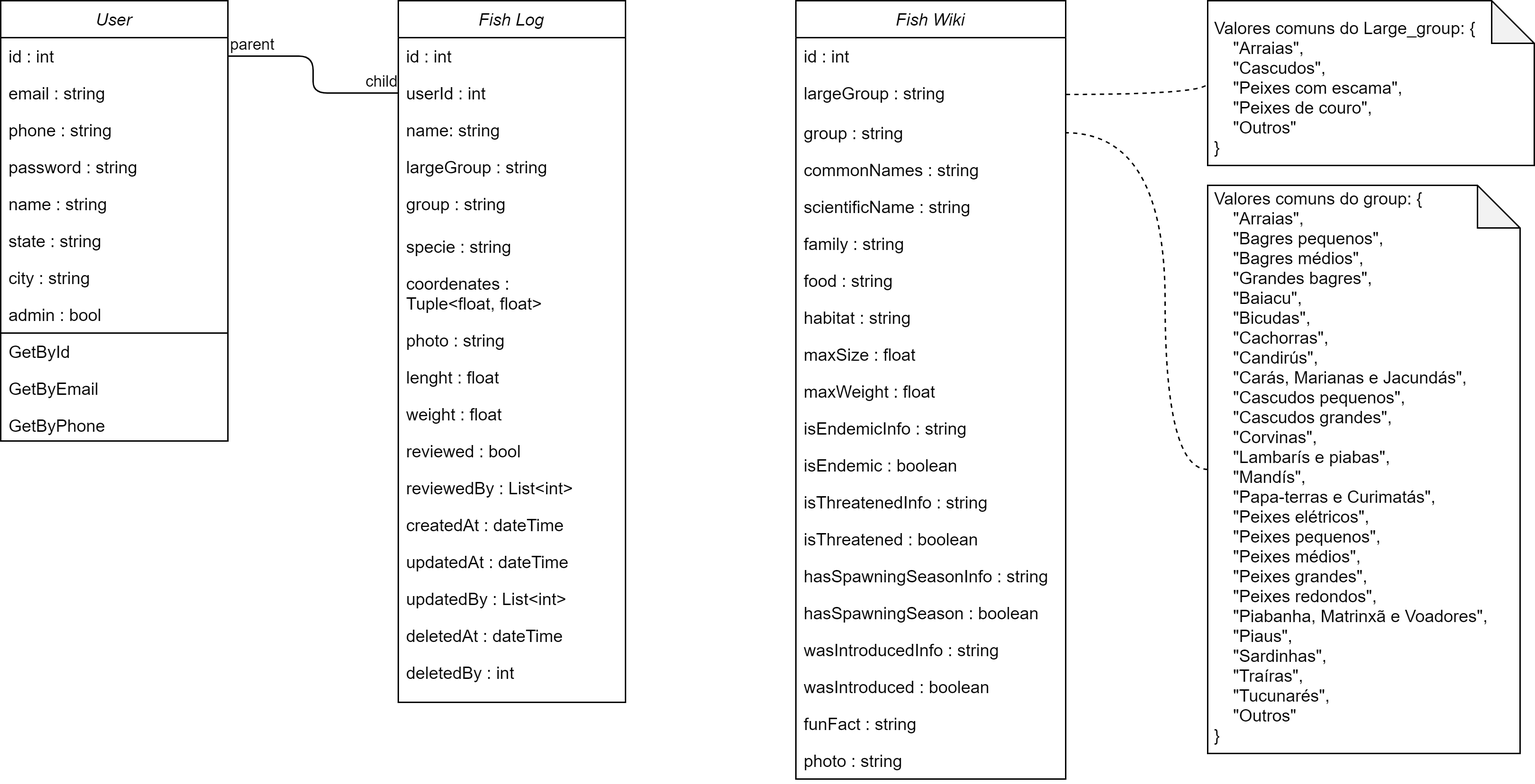
Before: docs/Assets/Images/ArchitectureDocument/ClassDiagram.png, a diagram exported from draw.io (fga-eps-mds/2021.1-Pro-Especies-Docs). Source tidied: cells renumbered, new cells last; positions are measured from the earlier drawing's top-left corner, leaving out a move shared by most shapes.
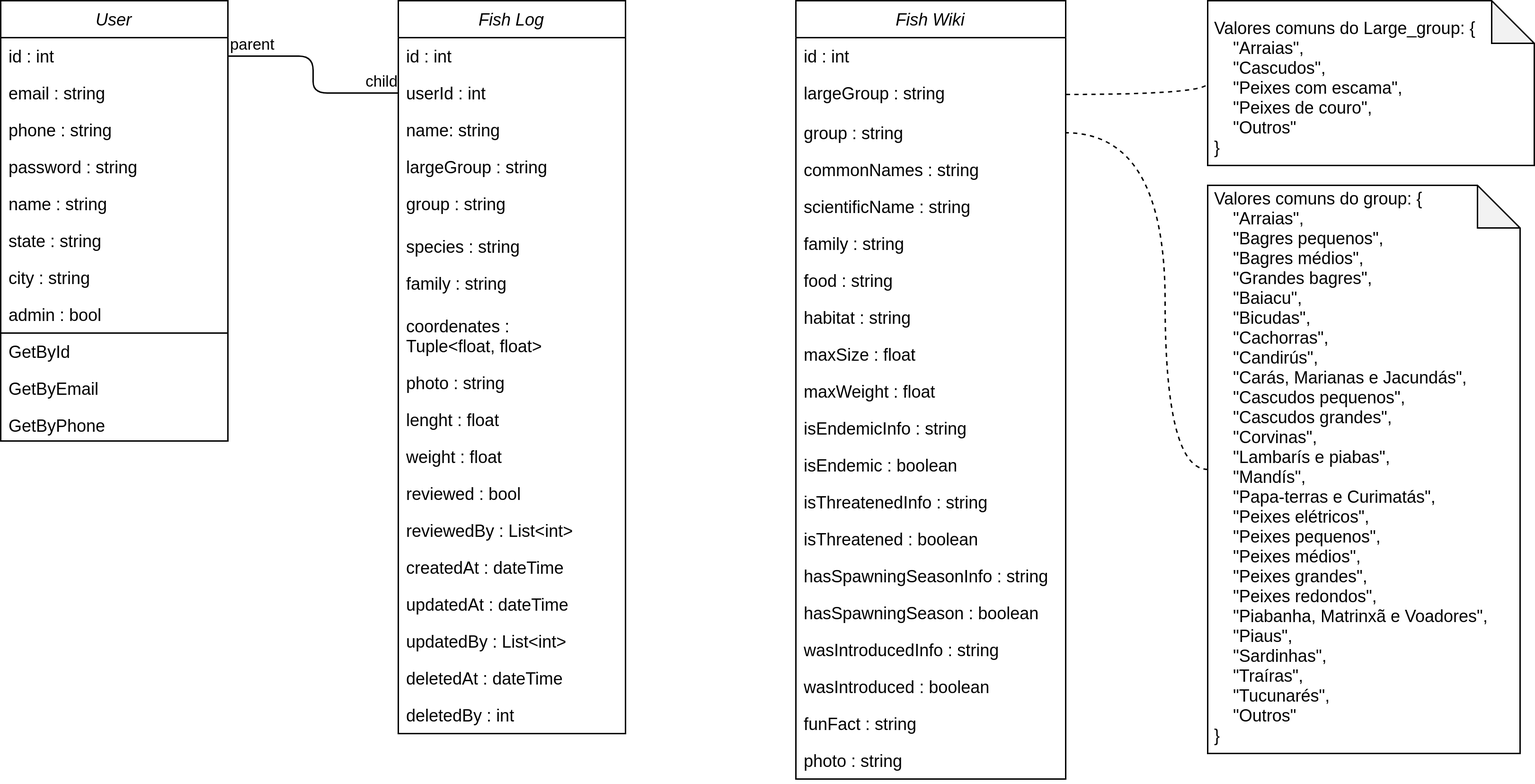
The same file after the commit.

Change to the diagram source:
```diff
@@ -42,7 +42,7 @@
       <mxGeometry y="230" width="160" height="8" as="geometry" />
     </mxCell>
     <mxCell id="15" value="Fish Log" style="swimlane;fontStyle=2;align=center;verticalAlign=top;horizontal=1;startSize=26;rounded=0;shadow=0;strokeWidth=1;" parent="1" vertex="1">
-      <mxGeometry x="280" width="160" height="494" as="geometry" />
+      <mxGeometry x="280" width="160" height="516" as="geometry" />
     </mxCell>
     <mxCell id="16" value="id : int" style="text;align=left;verticalAlign=top;spacingLeft=4;spacingRight=4;overflow=hidden;" parent="15" vertex="1">
       <mxGeometry y="26" width="160" height="26" as="geometry" />
@@ -59,41 +59,44 @@
     <mxCell id="20" value="group : string" style="text;align=left;verticalAlign=top;spacingLeft=4;spacingRight=4;overflow=hidden;rounded=0;shadow=0;html=0;fontColor=default;" parent="15" vertex="1">
       <mxGeometry y="130" width="160" height="30" as="geometry" />
     </mxCell>
-    <mxCell id="21" value="specie : string" style="text;align=left;verticalAlign=top;spacingLeft=4;spacingRight=4;overflow=hidden;" parent="15" vertex="1">
+    <mxCell id="21" value="species : string" style="text;align=left;verticalAlign=top;spacingLeft=4;spacingRight=4;overflow=hidden;" parent="15" vertex="1">
       <mxGeometry y="160" width="160" height="26" as="geometry" />
     </mxCell>
+    <mxCell id="61" value="family : string" style="text;align=left;verticalAlign=top;spacingLeft=4;spacingRight=4;overflow=hidden;rounded=0;shadow=0;html=0;fontColor=default;" parent="15" vertex="1">
+      <mxGeometry y="186" width="160" height="30" as="geometry" />
+    </mxCell>
     <mxCell id="22" value="coordenates : &#10;Tuple&lt;float, float&gt;" style="text;align=left;verticalAlign=top;spacingLeft=4;spacingRight=4;overflow=hidden;" parent="15" vertex="1">
-      <mxGeometry y="186" width="160" height="40" as="geometry" />
+      <mxGeometry y="216" width="160" height="40" as="geometry" />
     </mxCell>
     <mxCell id="23" value="photo : string" style="text;align=left;verticalAlign=top;spacingLeft=4;spacingRight=4;overflow=hidden;" parent="15" vertex="1">
-      <mxGeometry y="226" width="160" height="26" as="geometry" />
+      <mxGeometry y="256" width="160" height="26" as="geometry" />
     </mxCell>
     <mxCell id="24" value="lenght : float" style="text;align=left;verticalAlign=top;spacingLeft=4;spacingRight=4;overflow=hidden;" parent="15" vertex="1">
-      <mxGeometry y="252" width="160" height="26" as="geometry" />
+      <mxGeometry y="282" width="160" height="26" as="geometry" />
     </mxCell>
     <mxCell id="25" value="weight : float" style="text;align=left;verticalAlign=top;spacingLeft=4;spacingRight=4;overflow=hidden;" parent="15" vertex="1">
-      <mxGeometry y="278" width="160" height="26" as="geometry" />
+      <mxGeometry y="308" width="160" height="26" as="geometry" />
     </mxCell>
     <mxCell id="26" value="reviewed : bool" style="text;align=left;verticalAlign=top;spacingLeft=4;spacingRight=4;overflow=hidden;" parent="15" vertex="1">
-      <mxGeometry y="304" width="160" height="26" as="geometry" />
+      <mxGeometry y="334" width="160" height="26" as="geometry" />
     </mxCell>
     <mxCell id="27" value="reviewedBy : List&lt;int&gt;" style="text;align=left;verticalAlign=top;spacingLeft=4;spacingRight=4;overflow=hidden;" parent="15" vertex="1">
-      <mxGeometry y="330" width="160" height="26" as="geometry" />
+      <mxGeometry y="360" width="160" height="26" as="geometry" />
     </mxCell>
     <mxCell id="28" value="createdAt : dateTime" style="text;align=left;verticalAlign=top;spacingLeft=4;spacingRight=4;overflow=hidden;" parent="15" vertex="1">
-      <mxGeometry y="356" width="160" height="26" as="geometry" />
+      <mxGeometry y="386" width="160" height="26" as="geometry" />
     </mxCell>
     <mxCell id="29" value="updatedAt : dateTime" style="text;align=left;verticalAlign=top;spacingLeft=4;spacingRight=4;overflow=hidden;" parent="15" vertex="1">
-      <mxGeometry y="382" width="160" height="26" as="geometry" />
+      <mxGeometry y="412" width="160" height="26" as="geometry" />
     </mxCell>
     <mxCell id="30" value="updatedBy : List&lt;int&gt;" style="text;align=left;verticalAlign=top;spacingLeft=4;spacingRight=4;overflow=hidden;" parent="15" vertex="1">
-      <mxGeometry y="408" width="160" height="26" as="geometry" />
+      <mxGeometry y="438" width="160" height="26" as="geometry" />
     </mxCell>
     <mxCell id="31" value="deletedAt : dateTime" style="text;align=left;verticalAlign=top;spacingLeft=4;spacingRight=4;overflow=hidden;" parent="15" vertex="1">
-      <mxGeometry y="434" width="160" height="26" as="geometry" />
+      <mxGeometry y="464" width="160" height="26" as="geometry" />
     </mxCell>
     <mxCell id="32" value="deletedBy : int" style="text;align=left;verticalAlign=top;spacingLeft=4;spacingRight=4;overflow=hidden;" parent="15" vertex="1">
-      <mxGeometry y="460" width="160" height="26" as="geometry" />
+      <mxGeometry y="490" width="160" height="26" as="geometry" />
     </mxCell>
     <mxCell id="33" value="Valores comuns do group:&amp;nbsp;&lt;span&gt;{&lt;/span&gt;&lt;br style=&quot;padding: 0px ; margin: 0px&quot;&gt;&lt;span&gt;&amp;nbsp; &amp;nbsp; &quot;Arraias&quot;,&lt;/span&gt;&lt;br style=&quot;padding: 0px ; margin: 0px&quot;&gt;&lt;span&gt;&amp;nbsp; &amp;nbsp; &quot;Bagres pequenos&quot;,&lt;/span&gt;&lt;br style=&quot;padding: 0px ; margin: 0px&quot;&gt;&lt;span&gt;&amp;nbsp; &amp;nbsp; &quot;Bagres médios&quot;,&lt;/span&gt;&lt;br style=&quot;padding: 0px ; margin: 0px&quot;&gt;&lt;span&gt;&amp;nbsp; &amp;nbsp; &quot;Grandes bagres&quot;,&lt;/span&gt;&lt;br style=&quot;padding: 0px ; margin: 0px&quot;&gt;&lt;span&gt;&amp;nbsp; &amp;nbsp; &quot;Baiacu&quot;,&lt;/span&gt;&lt;br style=&quot;padding: 0px ; margin: 0px&quot;&gt;&lt;span&gt;&amp;nbsp; &amp;nbsp; &quot;Bicudas&quot;,&lt;/span&gt;&lt;br style=&quot;padding: 0px ; margin: 0px&quot;&gt;&lt;span&gt;&amp;nbsp; &amp;nbsp; &quot;Cachorras&quot;,&lt;/span&gt;&lt;br style=&quot;padding: 0px ; margin: 0px&quot;&gt;&lt;span&gt;&amp;nbsp; &amp;nbsp; &quot;Candirús&quot;,&lt;/span&gt;&lt;br style=&quot;padding: 0px ; margin: 0px&quot;&gt;&lt;span&gt;&amp;nbsp; &amp;nbsp; &quot;Carás, Marianas e Jacundás&quot;,&lt;/span&gt;&lt;br style=&quot;padding: 0px ; margin: 0px&quot;&gt;&lt;span&gt;&amp;nbsp; &amp;nbsp; &quot;Cascudos pequenos&quot;,&lt;/span&gt;&lt;br style=&quot;padding: 0px ; margin: 0px&quot;&gt;&lt;span&gt;&amp;nbsp; &amp;nbsp; &quot;Cascudos grandes&quot;,&lt;/span&gt;&lt;br style=&quot;padding: 0px ; margin: 0px&quot;&gt;&lt;span&gt;&amp;nbsp; &amp;nbsp; &quot;Corvinas&quot;,&lt;/span&gt;&lt;br style=&quot;padding: 0px ; margin: 0px&quot;&gt;&lt;span&gt;&amp;nbsp; &amp;nbsp; &quot;Lambarís e piabas&quot;,&lt;/span&gt;&lt;br style=&quot;padding: 0px ; margin: 0px&quot;&gt;&lt;span&gt;&amp;nbsp; &amp;nbsp; &quot;Mandís&quot;,&lt;/span&gt;&lt;br style=&quot;padding: 0px ; margin: 0px&quot;&gt;&lt;span&gt;&amp;nbsp; &amp;nbsp; &quot;Papa-terras e Curimatás&quot;,&lt;/span&gt;&lt;br style=&quot;padding: 0px ; margin: 0px&quot;&gt;&lt;span&gt;&amp;nbsp; &amp;nbsp; &quot;Peixes elétricos&quot;,&lt;/span&gt;&lt;br style=&quot;padding: 0px ; margin: 0px&quot;&gt;&lt;span&gt;&amp;nbsp; &amp;nbsp; &quot;Peixes pequenos&quot;,&lt;/span&gt;&lt;br style=&quot;padding: 0px ; margin: 0px&quot;&gt;&lt;span&gt;&amp;nbsp; &amp;nbsp; &quot;Peixes médios&quot;,&lt;/span&gt;&lt;br style=&quot;padding: 0px ; margin: 0px&quot;&gt;&lt;span&gt;&amp;nbsp; &amp;nbsp; &quot;Peixes grandes&quot;,&lt;/span&gt;&lt;br style=&quot;padding: 0px ; margin: 0px&quot;&gt;&lt;span&gt;&amp;nbsp; &amp;nbsp; &quot;Peixes redondos&quot;,&lt;/span&gt;&lt;br style=&quot;padding: 0px ; margin: 0px&quot;&gt;&lt;span&gt;&amp;nbsp; &amp;nbsp; &quot;Piabanha, Matrinxã e Voadores&quot;,&lt;/span&gt;&lt;br style=&quot;padding: 0px ; margin: 0px&quot;&gt;&lt;span&gt;&amp;nbsp; &amp;nbsp; &quot;Piaus&quot;,&lt;/span&gt;&lt;br style=&quot;padding: 0px ; margin: 0px&quot;&gt;&lt;span&gt;&amp;nbsp; &amp;nbsp; &quot;Sardinhas&quot;,&lt;/span&gt;&lt;br style=&quot;padding: 0px ; margin: 0px&quot;&gt;&lt;span&gt;&amp;nbsp; &amp;nbsp; &quot;Traíras&quot;,&lt;/span&gt;&lt;br style=&quot;padding: 0px ; margin: 0px&quot;&gt;&lt;span&gt;&amp;nbsp; &amp;nbsp; &quot;Tucunarés&quot;,&lt;/span&gt;&lt;br style=&quot;padding: 0px ; margin: 0px&quot;&gt;&lt;span&gt;&amp;nbsp; &amp;nbsp; &quot;Outros&quot;&lt;br&gt;&lt;/span&gt;&lt;span&gt;}&lt;/span&gt;" style="shape=note;whiteSpace=wrap;html=1;backgroundOutline=1;darkOpacity=0.05;align=left;spacingLeft=0;spacing=5;verticalAlign=bottom;" parent="1" vertex="1">
       <mxGeometry x="850" y="130" width="220" height="400" as="geometry" />
```
